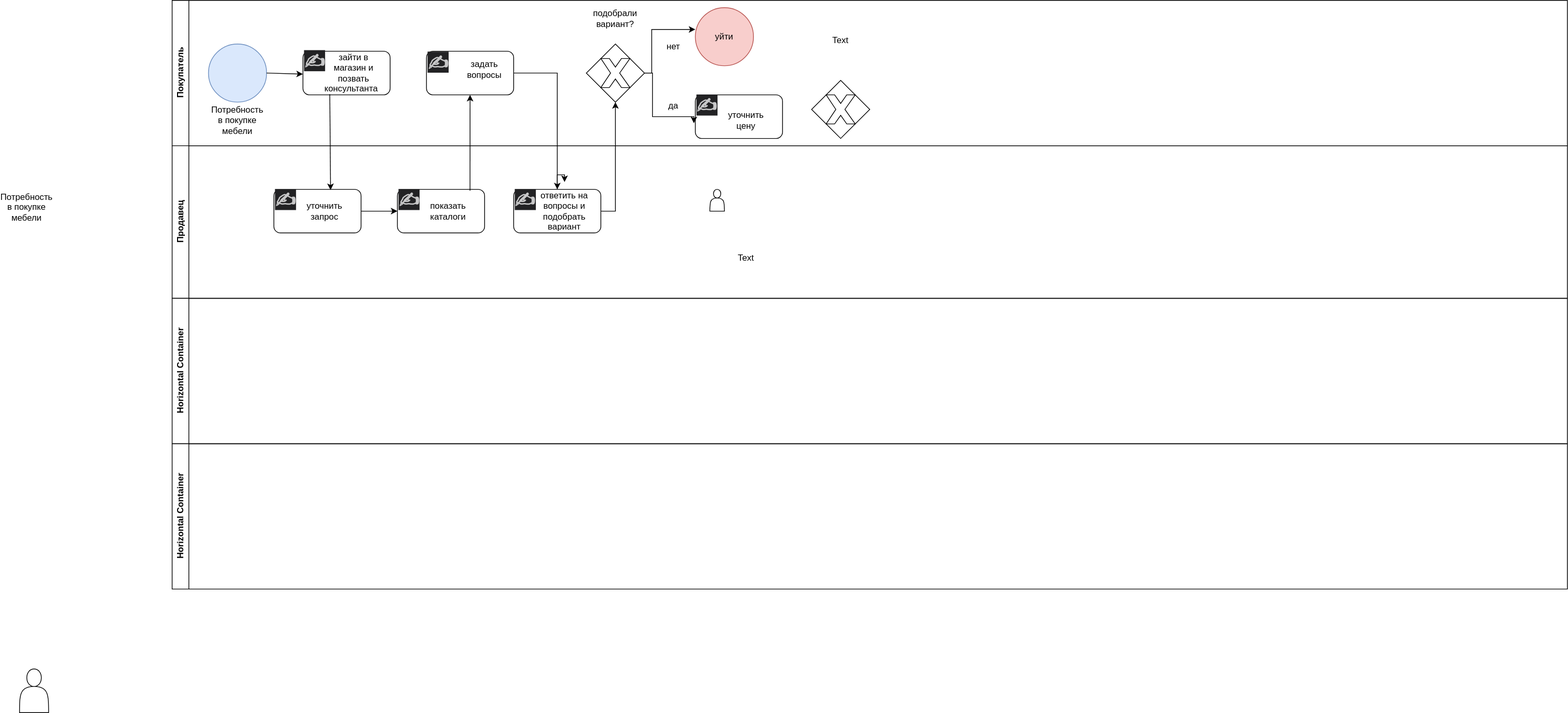
Before: BP-ML.drawio.svg, a diagram exported from draw.io (s-erakhtina/diagrams.net). Source tidied: cells renumbered, new cells last; positions are measured from the earlier drawing's top-left corner, leaving out a move shared by most shapes.
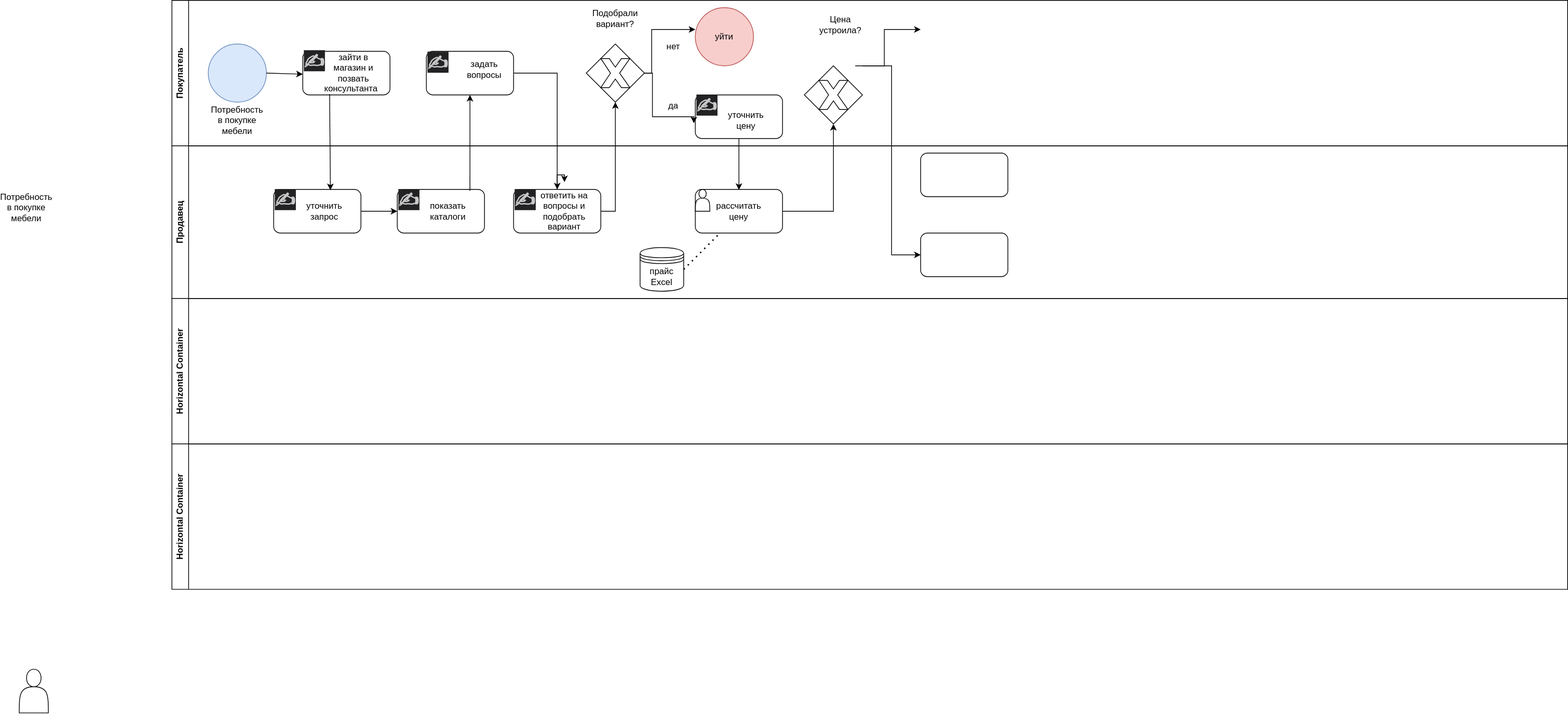
The same file after the commit.

Diff of the diagram source:
```diff
@@ -48,29 +48,32 @@
     <mxCell id="14" style="ellipse;whiteSpace=wrap;html=1;fillColor=#f8cecc;strokeColor=#b85450;" parent="2" vertex="1">
       <mxGeometry x="720" y="10" width="80" height="80" as="geometry" />
     </mxCell>
+    <mxCell id="49" style="edgeStyle=orthogonalEdgeStyle;rounded=0;jettySize=auto;html=1;" parent="2" edge="1" target="57">
+      <mxGeometry relative="1" as="geometry">
+        <mxPoint x="940" y="90" as="sourcePoint" />
+        <Array as="points">
+          <mxPoint x="990" y="90" />
+          <mxPoint x="990" y="350" />
+        </Array>
+      </mxGeometry>
+    </mxCell>
     <mxCell id="15" style="rhombus;whiteSpace=wrap;html=1;" parent="2" vertex="1">
-      <mxGeometry x="880" y="110" width="80" height="80" as="geometry" />
+      <mxGeometry x="870" y="90" width="80" height="80" as="geometry" />
     </mxCell>
-    <mxCell id="16" style="verticalLabelPosition=bottom;verticalAlign=top;html=1;shape=mxgraph.basic.x;" parent="2" vertex="1">
-      <mxGeometry x="900" y="130" width="40" height="40" as="geometry" />
-    </mxCell>
-    <mxCell id="17" style="shape=actor;whiteSpace=wrap;html=1;" parent="2" vertex="1">
-      <mxGeometry x="740" y="260" width="20" height="30" as="geometry" />
-    </mxCell>
     <mxCell id="18" value="зайти в магазин и позвать консультанта&amp;nbsp;&amp;nbsp;" style="text;html=1;align=center;verticalAlign=middle;whiteSpace=wrap;rounded=0;" parent="2" vertex="1">
       <mxGeometry x="220" y="85" width="60" height="30" as="geometry" />
     </mxCell>
     <mxCell id="19" value="задать вопросы" style="text;html=1;align=center;verticalAlign=middle;whiteSpace=wrap;rounded=0;" parent="2" vertex="1">
       <mxGeometry x="400" y="80" width="60" height="30" as="geometry" />
     </mxCell>
-    <mxCell id="20" value="подобрали вариант?" style="text;html=1;align=center;verticalAlign=middle;whiteSpace=wrap;rounded=0;" parent="2" vertex="1">
+    <mxCell id="20" value="Подобрали вариант?" style="text;html=1;align=center;verticalAlign=middle;whiteSpace=wrap;rounded=0;" parent="2" vertex="1">
       <mxGeometry x="580" y="10" width="60" height="30" as="geometry" />
     </mxCell>
     <mxCell id="21" value="уйти" style="text;html=1;align=center;verticalAlign=middle;whiteSpace=wrap;rounded=0;" parent="2" vertex="1">
       <mxGeometry x="730" y="35" width="60" height="30" as="geometry" />
     </mxCell>
-    <mxCell id="22" value="Text" style="text;html=1;align=center;verticalAlign=middle;whiteSpace=wrap;rounded=0;" parent="2" vertex="1">
-      <mxGeometry x="890" y="40" width="60" height="30" as="geometry" />
+    <mxCell id="22" value="Цена устроила?" style="text;html=1;align=center;verticalAlign=middle;whiteSpace=wrap;rounded=0;" parent="2" vertex="1">
+      <mxGeometry x="890" y="19" width="60" height="30" as="geometry" />
     </mxCell>
     <mxCell id="23" value="нет" style="text;html=1;align=center;verticalAlign=middle;whiteSpace=wrap;rounded=0;" parent="2" vertex="1">
       <mxGeometry x="660" y="49" width="60" height="30" as="geometry" />
@@ -93,9 +96,31 @@
     <mxCell id="27" value="уточнить цену" style="text;html=1;align=center;verticalAlign=middle;whiteSpace=wrap;rounded=0;" parent="2" vertex="1">
       <mxGeometry x="760" y="150" width="60" height="30" as="geometry" />
     </mxCell>
+    <mxCell id="50" style="endArrow=classic;html=1;rounded=0;" parent="2" edge="1" source="13">
+      <mxGeometry relative="1" as="geometry">
+        <mxPoint x="780" y="260.7" as="targetPoint" />
+      </mxGeometry>
+    </mxCell>
+    <mxCell id="51" style="endArrow=classic;html=1;rounded=0;" parent="2" edge="1">
+      <mxGeometry relative="1" as="geometry">
+        <mxPoint x="950" y="90" as="sourcePoint" />
+        <mxPoint x="1030" y="40" as="targetPoint" />
+        <Array as="points">
+          <mxPoint x="980" y="90" />
+          <mxPoint x="980" y="40" />
+          <mxPoint x="990" y="40" />
+        </Array>
+      </mxGeometry>
+    </mxCell>
+    <mxCell id="52" style="verticalLabelPosition=bottom;verticalAlign=top;html=1;shape=mxgraph.basic.x;" parent="2" vertex="1">
+      <mxGeometry x="890" y="110" width="40" height="40" as="geometry" />
+    </mxCell>
     <mxCell id="28" value="Продавец" style="swimlane;horizontal=0;whiteSpace=wrap;html=1;" parent="1" vertex="1">
       <mxGeometry x="230" y="200" width="1920" height="210" as="geometry" />
     </mxCell>
+    <mxCell id="53" style="rounded=1;whiteSpace=wrap;html=1;" parent="28" vertex="1">
+      <mxGeometry x="720" y="60" width="120" height="60" as="geometry" />
+    </mxCell>
     <mxCell id="29" style="rounded=1;whiteSpace=wrap;html=1;" parent="28" vertex="1">
       <mxGeometry x="140" y="60" width="120" height="60" as="geometry" />
     </mxCell>
@@ -129,9 +154,27 @@
     <mxCell id="39" value="ответить на вопросы и подобрать вариант" style="text;html=1;align=center;verticalAlign=middle;whiteSpace=wrap;rounded=0;" parent="28" vertex="1">
       <mxGeometry x="500" y="50" width="80" height="80" as="geometry" />
     </mxCell>
-    <mxCell id="40" value="Text" style="text;html=1;align=center;verticalAlign=middle;whiteSpace=wrap;rounded=0;" parent="28" vertex="1">
-      <mxGeometry x="760" y="140" width="60" height="30" as="geometry" />
-    </mxCell>
+    <mxCell id="17" style="shape=actor;whiteSpace=wrap;html=1;" parent="28" vertex="1">
+      <mxGeometry x="720" y="60" width="20" height="30" as="geometry" />
+    </mxCell>
+    <mxCell id="54" value="рассчитать цену" style="text;html=1;align=center;verticalAlign=middle;whiteSpace=wrap;rounded=0;" parent="28" vertex="1">
+      <mxGeometry x="750" y="75" width="60" height="30" as="geometry" />
+    </mxCell>
+    <mxCell id="55" value="прайс Excel" style="shape=datastore;whiteSpace=wrap;html=1;" parent="28" vertex="1">
+      <mxGeometry x="644" y="140" width="60" height="60" as="geometry" />
+    </mxCell>
+    <mxCell id="56" style="endArrow=none;dashed=1;html=1;dashPattern=1 3;strokeWidth=2;rounded=0;" parent="28" edge="1">
+      <mxGeometry relative="1" as="geometry">
+        <mxPoint x="704" y="170" as="sourcePoint" />
+        <mxPoint x="754" y="120" as="targetPoint" />
+      </mxGeometry>
+    </mxCell>
+    <mxCell id="57" style="rounded=1;whiteSpace=wrap;html=1;" parent="28" vertex="1">
+      <mxGeometry x="1030" y="120" width="120" height="60" as="geometry" />
+    </mxCell>
+    <mxCell id="58" style="rounded=1;whiteSpace=wrap;html=1;" parent="28" vertex="1">
+      <mxGeometry x="1030" y="10" width="120" height="60" as="geometry" />
+    </mxCell>
     <mxCell id="41" value="Horizontal Container" style="swimlane;horizontal=0;whiteSpace=wrap;html=1;" parent="1" vertex="1">
       <mxGeometry x="230" y="410" width="1920" height="200" as="geometry" />
     </mxCell>
@@ -164,5 +207,8 @@
     <mxCell id="48" value="Потребность в покупке мебели" style="text;html=1;align=center;verticalAlign=middle;whiteSpace=wrap;rounded=0;" parent="1" vertex="1">
       <mxGeometry y="270" width="60" height="30" as="geometry" />
     </mxCell>
+    <mxCell id="59" style="edgeStyle=orthogonalEdgeStyle;rounded=0;jettySize=auto;html=1;entryX=0.5;entryY=1;entryDx=0;entryDy=0;" parent="1" edge="1" source="53" target="15">
+      <mxGeometry relative="1" as="geometry" />
+    </mxCell>
   </root>
 </mxGraphModel>
```
